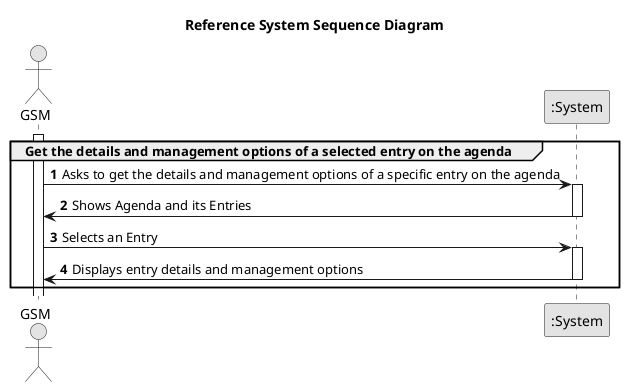
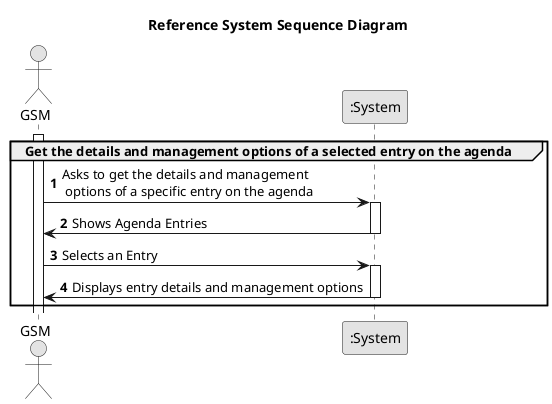
@startuml
skinparam monochrome true
skinparam packageStyle rectangle
skinparam shadowing false

title Reference System Sequence Diagram
autonumber

actor "GSM" as GSM

participant ":System" as UI

activate GSM


group Get the details and management options of a selected entry on the agenda

-     GSM -> UI: Asks to get the details and management options of a specific entry on the agenda
+     GSM -> UI: Asks to get the details and management\n options of a specific entry on the agenda
    activate UI


-     UI -> GSM: Shows Agenda and its Entries
+     UI -> GSM: Shows Agenda Entries
    deactivate UI


    GSM -> UI: Selects an Entry
    activate UI

    UI -> GSM: Displays entry details and management options
    deactivate UI
end


@enduml
